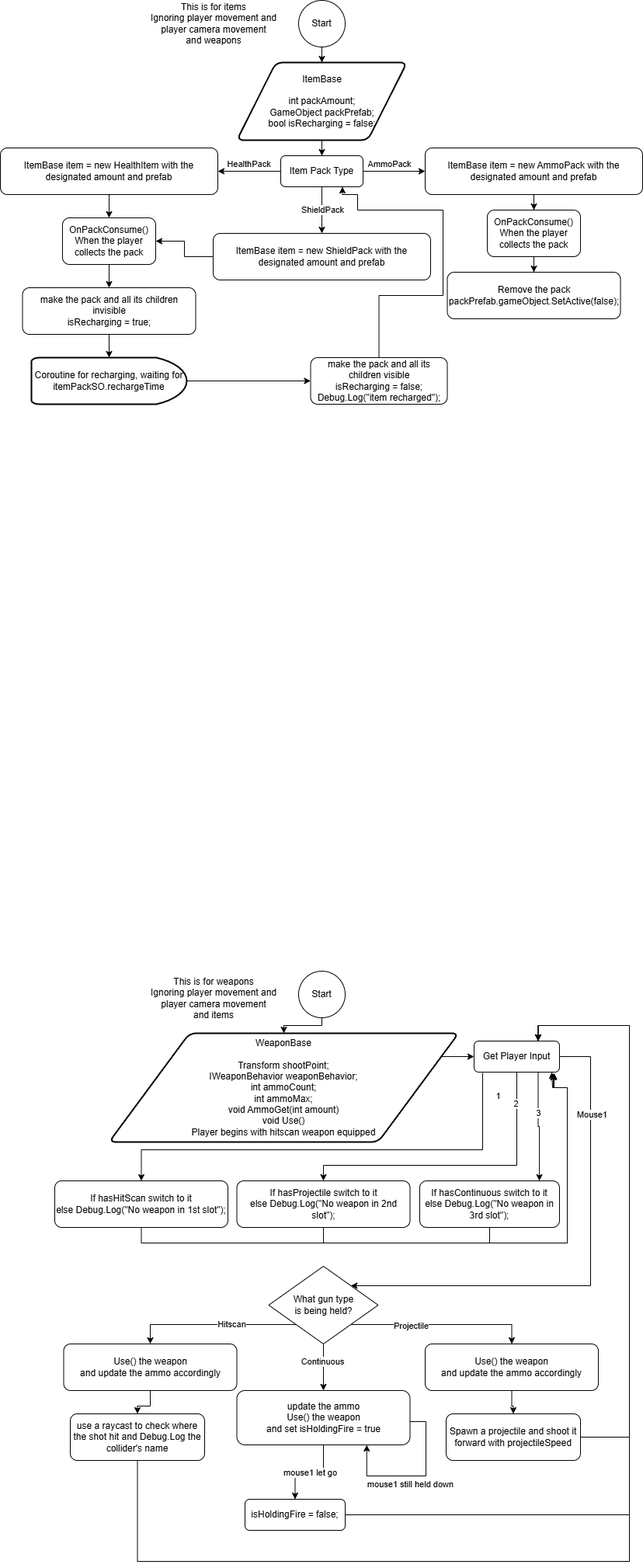
Above: Documentation/Deliverable #2/Deliverable #2 Flowchart.drawio.png in Alease21/GameFPS-Project (draw.io), before the change. Source tidied: cells renumbered, new cells last; positions are measured from the earlier drawing's top-left corner, leaving out a move shared by most shapes.
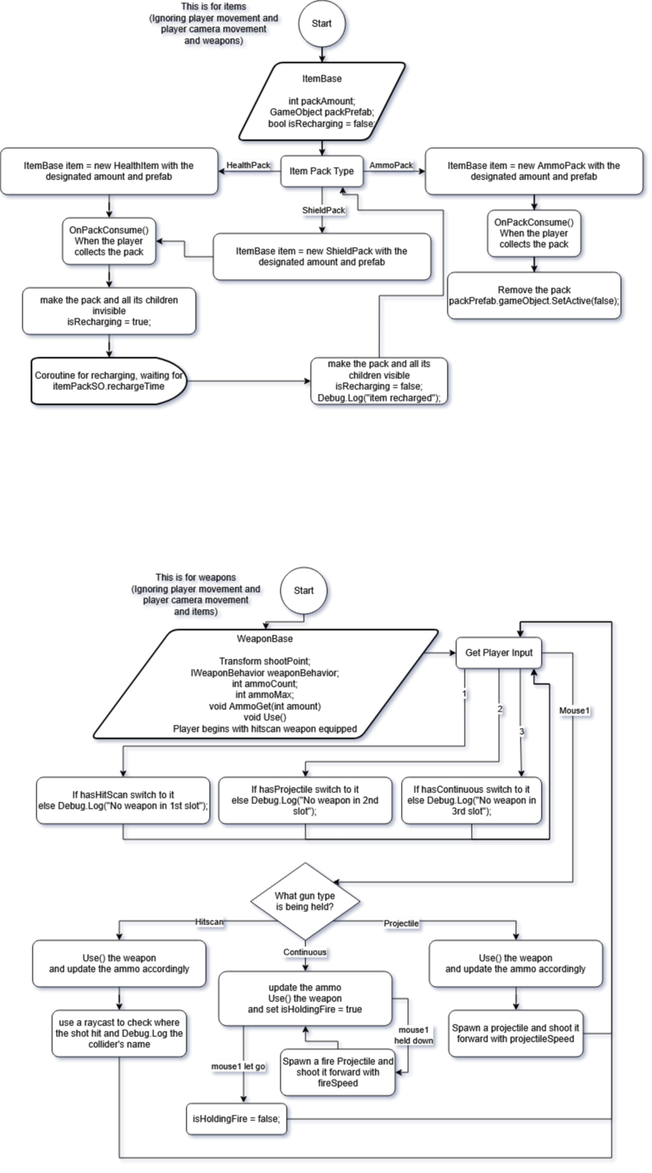
After the commit.

Diff of the diagram source:
```diff
@@ -8,7 +8,7 @@
     <mxCell id="3" value="Start" style="ellipse;whiteSpace=wrap;html=1;" parent="1" vertex="1">
       <mxGeometry x="384" width="60" height="60" as="geometry" />
     </mxCell>
-    <mxCell id="4" value="This is for items&lt;div&gt;Ignoring player movement and player camera movement&lt;/div&gt;&lt;div&gt;and weapons&lt;/div&gt;" style="text;html=1;align=center;verticalAlign=middle;whiteSpace=wrap;rounded=0;" parent="1" vertex="1">
+    <mxCell id="4" value="This is for items&lt;div&gt;(Ignoring player movement and player camera movement&lt;/div&gt;&lt;div&gt;and weapons)&lt;/div&gt;" style="text;html=1;align=center;verticalAlign=middle;whiteSpace=wrap;rounded=0;" parent="1" vertex="1">
       <mxGeometry x="180" y="15" width="190" height="30" as="geometry" />
     </mxCell>
     <mxCell id="5" style="edgeStyle=orthogonalEdgeStyle;rounded=0;jettySize=auto;html=1;entryX=0.5;entryY=0;entryDx=0;entryDy=0;" parent="1" edge="1" source="6" target="18">
@@ -17,30 +17,30 @@
     <mxCell id="6" value="ItemBase&lt;div&gt;&lt;br&gt;&lt;/div&gt;&lt;div&gt;int packAmount;&lt;/div&gt;&lt;div&gt;GameObject packPrefab;&lt;/div&gt;&lt;div&gt;bool isRecharging = false;&lt;/div&gt;" style="shape=parallelogram;html=1;strokeWidth=2;perimeter=parallelogramPerimeter;whiteSpace=wrap;rounded=1;arcSize=18;size=0.23;" parent="1" vertex="1">
       <mxGeometry x="304.5" y="80" width="219" height="100" as="geometry" />
     </mxCell>
-    <mxCell id="7" value="This is for weapons&lt;div&gt;Ignoring player movement and player camera movement&lt;/div&gt;&lt;div&gt;and items&lt;/div&gt;" style="text;html=1;align=center;verticalAlign=middle;whiteSpace=wrap;rounded=0;" parent="1" vertex="1">
-      <mxGeometry x="180" y="1270" width="190" height="30" as="geometry" />
+    <mxCell id="7" value="This is for weapons&lt;div&gt;(Ignoring player movement and player camera movement&lt;/div&gt;&lt;div&gt;and items)&lt;/div&gt;" style="text;html=1;align=center;verticalAlign=middle;whiteSpace=wrap;rounded=0;" parent="1" vertex="1">
+      <mxGeometry x="156.5" y="750" width="190" height="30" as="geometry" />
     </mxCell>
     <mxCell id="8" style="edgeStyle=orthogonalEdgeStyle;rounded=0;jettySize=auto;html=1;entryX=0;entryY=0.5;entryDx=0;entryDy=0;" parent="1" edge="1" source="9" target="44">
       <mxGeometry relative="1" as="geometry">
         <Array as="points">
-          <mxPoint x="586" y="1400" />
-          <mxPoint x="586" y="1360" />
+          <mxPoint x="562.5" y="880" />
+          <mxPoint x="562.5" y="840" />
         </Array>
       </mxGeometry>
     </mxCell>
     <mxCell id="9" value="WeaponBase&lt;div&gt;&lt;br&gt;&lt;/div&gt;&lt;div&gt;Transform shootPoint;&lt;/div&gt;&lt;div&gt;IWeaponBehavior weaponBehavior;&lt;/div&gt;&lt;div&gt;int ammoCount;&lt;/div&gt;&lt;div&gt;int ammoMax;&lt;/div&gt;&lt;div&gt;void AmmoGet(int amount)&lt;/div&gt;&lt;div&gt;void Use()&lt;/div&gt;&lt;div&gt;Player begins with hitscan weapon equipped&lt;/div&gt;" style="shape=parallelogram;html=1;strokeWidth=2;perimeter=parallelogramPerimeter;whiteSpace=wrap;rounded=1;arcSize=18;size=0.23;" parent="1" vertex="1">
-      <mxGeometry x="140" y="1330" width="450" height="140" as="geometry" />
+      <mxGeometry x="116.5" y="810" width="450" height="140" as="geometry" />
     </mxCell>
     <mxCell id="10" style="edgeStyle=orthogonalEdgeStyle;rounded=0;jettySize=auto;html=1;entryX=0.5;entryY=0;entryDx=0;entryDy=0;" parent="1" edge="1" source="11" target="9">
       <mxGeometry relative="1" as="geometry">
         <Array as="points">
-          <mxPoint x="414" y="1320" />
-          <mxPoint x="365" y="1320" />
+          <mxPoint x="390.5" y="800" />
+          <mxPoint x="341.5" y="800" />
         </Array>
       </mxGeometry>
     </mxCell>
     <mxCell id="11" value="Start" style="ellipse;whiteSpace=wrap;html=1;" parent="1" vertex="1">
-      <mxGeometry x="384" y="1250" width="60" height="60" as="geometry" />
+      <mxGeometry x="360.5" y="730" width="60" height="60" as="geometry" />
     </mxCell>
     <mxCell id="12" style="edgeStyle=orthogonalEdgeStyle;rounded=0;jettySize=auto;html=1;entryX=1;entryY=0.5;entryDx=0;entryDy=0;" parent="1" edge="1" source="18" target="20">
       <mxGeometry relative="1" as="geometry" />
@@ -136,45 +136,47 @@
     <mxCell id="36" style="edgeStyle=orthogonalEdgeStyle;rounded=0;jettySize=auto;html=1;exitX=0.1;exitY=1.025;exitDx=0;exitDy=0;exitPerimeter=0;entryX=0.5;entryY=0;entryDx=0;entryDy=0;" parent="1" edge="1" source="44" target="45">
       <mxGeometry relative="1" as="geometry">
         <Array as="points">
-          <mxPoint x="621" y="1480" />
-          <mxPoint x="182" y="1480" />
+          <mxPoint x="597.5" y="960" />
+          <mxPoint x="158.5" y="960" />
         </Array>
       </mxGeometry>
     </mxCell>
     <mxCell id="37" value="1" style="edgeLabel;html=1;align=center;verticalAlign=middle;" parent="36" vertex="1">
       <mxGeometry x="-0.04" relative="1" as="geometry">
-        <mxPoint x="199" y="-70" as="offset" />
+        <mxPoint x="179" y="-70" as="offset" />
       </mxGeometry>
     </mxCell>
     <mxCell id="38" style="edgeStyle=orthogonalEdgeStyle;rounded=0;jettySize=auto;html=1;entryX=0.5;entryY=0;entryDx=0;entryDy=0;" parent="1" edge="1" source="44" target="46">
       <mxGeometry relative="1" as="geometry">
         <Array as="points">
-          <mxPoint x="665" y="1500" />
-          <mxPoint x="416" y="1500" />
+          <mxPoint x="641.5" y="980" />
+          <mxPoint x="392.5" y="980" />
         </Array>
       </mxGeometry>
     </mxCell>
     <mxCell id="39" value="2" style="edgeLabel;html=1;align=center;verticalAlign=middle;" parent="38" vertex="1">
       <mxGeometry x="-0.07" y="-3" relative="1" as="geometry">
-        <mxPoint x="58" y="-77" as="offset" />
+        <mxPoint x="60" y="-67" as="offset" />
       </mxGeometry>
     </mxCell>
     <mxCell id="40" style="edgeStyle=orthogonalEdgeStyle;rounded=0;jettySize=auto;html=1;exitX=0.75;exitY=1;exitDx=0;exitDy=0;entryX=0.856;entryY=0;entryDx=0;entryDy=0;entryPerimeter=0;" parent="1" edge="1" source="44" target="48">
       <mxGeometry relative="1" as="geometry">
         <Array as="points">
-          <mxPoint x="693" y="1450" />
-          <mxPoint x="694" y="1450" />
+          <mxPoint x="669.5" y="930" />
+          <mxPoint x="670.5" y="930" />
         </Array>
       </mxGeometry>
     </mxCell>
     <mxCell id="41" value="3" style="edgeLabel;html=1;align=center;verticalAlign=middle;" parent="40" vertex="1">
-      <mxGeometry x="-0.27" relative="1" as="geometry" />
+      <mxGeometry x="-0.27" relative="1" as="geometry">
+        <mxPoint y="29" as="offset" />
+      </mxGeometry>
     </mxCell>
     <mxCell id="42" style="edgeStyle=orthogonalEdgeStyle;rounded=0;jettySize=auto;html=1;entryX=1;entryY=0;entryDx=0;entryDy=0;" parent="1" edge="1" source="44" target="57">
       <mxGeometry relative="1" as="geometry">
         <Array as="points">
-          <mxPoint x="760" y="1360" />
-          <mxPoint x="760" y="1655" />
+          <mxPoint x="736.5" y="840" />
+          <mxPoint x="736.5" y="1135" />
         </Array>
       </mxGeometry>
     </mxCell>
@@ -184,45 +186,46 @@
       </mxGeometry>
     </mxCell>
     <mxCell id="44" value="Get Player Input" style="rounded=1;whiteSpace=wrap;html=1;" parent="1" vertex="1">
-      <mxGeometry x="610" y="1340" width="110" height="40" as="geometry" />
+      <mxGeometry x="586.5" y="820" width="110" height="40" as="geometry" />
     </mxCell>
     <mxCell id="45" value="&lt;div&gt;If hasHitScan switch to it&lt;/div&gt;&lt;div&gt;else Debug.Log(&quot;No weapon in 1st slot&quot;);&lt;/div&gt;" style="whiteSpace=wrap;html=1;rounded=1;" parent="1" vertex="1">
-      <mxGeometry x="70" y="1520" width="223" height="60" as="geometry" />
+      <mxGeometry x="46.5" y="1000" width="223" height="60" as="geometry" />
     </mxCell>
     <mxCell id="46" value="&lt;div&gt;If hasProjectile switch to it&lt;/div&gt;&lt;div&gt;else Debug.Log(&quot;No weapon in 2nd slot&quot;);&lt;/div&gt;" style="whiteSpace=wrap;html=1;rounded=1;" parent="1" vertex="1">
-      <mxGeometry x="304.5" y="1520" width="223" height="60" as="geometry" />
+      <mxGeometry x="281" y="1000" width="223" height="60" as="geometry" />
     </mxCell>
-    <mxCell id="47" style="edgeStyle=orthogonalEdgeStyle;rounded=0;jettySize=auto;html=1;exitX=0.5;exitY=1;exitDx=0;exitDy=0;" parent="1" edge="1" source="48">
+    <mxCell id="47" style="edgeStyle=orthogonalEdgeStyle;rounded=0;jettySize=auto;html=1;exitX=0.5;exitY=1;exitDx=0;exitDy=0;entryX=0.909;entryY=1.003;entryDx=0;entryDy=0;entryPerimeter=0;" parent="1" edge="1" source="48" target="44">
       <mxGeometry relative="1" as="geometry">
-        <mxPoint x="710" y="1380" as="targetPoint" />
         <Array as="points">
-          <mxPoint x="630" y="1600" />
-          <mxPoint x="730" y="1600" />
-          <mxPoint x="730" y="1400" />
-          <mxPoint x="711" y="1400" />
+          <mxPoint x="606.5" y="1080" />
+          <mxPoint x="706.5" y="1080" />
+          <mxPoint x="706.5" y="880" />
+          <mxPoint x="686.5" y="880" />
         </Array>
       </mxGeometry>
     </mxCell>
     <mxCell id="48" value="&lt;div&gt;If hasContinuous switch to it&lt;/div&gt;&lt;div&gt;else Debug.Log(&quot;No weapon in 3rd slot&quot;);&lt;/div&gt;" style="whiteSpace=wrap;html=1;rounded=1;" parent="1" vertex="1">
-      <mxGeometry x="540" y="1520" width="180" height="60" as="geometry" />
+      <mxGeometry x="516.5" y="1000" width="180" height="60" as="geometry" />
     </mxCell>
-    <mxCell id="49" style="edgeStyle=orthogonalEdgeStyle;rounded=0;jettySize=auto;html=1;entryX=0.927;entryY=1.05;entryDx=0;entryDy=0;entryPerimeter=0;exitX=0.5;exitY=1;exitDx=0;exitDy=0;" parent="1" edge="1" source="45" target="44">
+    <mxCell id="49" style="edgeStyle=orthogonalEdgeStyle;rounded=0;jettySize=auto;html=1;entryX=0.908;entryY=1.006;entryDx=0;entryDy=0;entryPerimeter=0;exitX=0.5;exitY=1;exitDx=0;exitDy=0;" parent="1" edge="1" source="45" target="44">
       <mxGeometry relative="1" as="geometry">
         <Array as="points">
-          <mxPoint x="182" y="1600" />
-          <mxPoint x="730" y="1600" />
-          <mxPoint x="730" y="1400" />
-          <mxPoint x="712" y="1400" />
+          <mxPoint x="158.5" y="1080" />
+          <mxPoint x="706.5" y="1080" />
+          <mxPoint x="706.5" y="880" />
+          <mxPoint x="686.5" y="880" />
+          <mxPoint x="686.5" y="860" />
         </Array>
       </mxGeometry>
     </mxCell>
-    <mxCell id="50" style="edgeStyle=orthogonalEdgeStyle;rounded=0;jettySize=auto;html=1;entryX=0.936;entryY=1.025;entryDx=0;entryDy=0;entryPerimeter=0;exitX=0.5;exitY=1;exitDx=0;exitDy=0;" parent="1" edge="1" source="46" target="44">
+    <mxCell id="50" style="edgeStyle=orthogonalEdgeStyle;rounded=0;jettySize=auto;html=1;exitX=0.5;exitY=1;exitDx=0;exitDy=0;entryX=0.918;entryY=1.006;entryDx=0;entryDy=0;entryPerimeter=0;" parent="1" edge="1" source="46" target="44">
       <mxGeometry relative="1" as="geometry">
         <Array as="points">
-          <mxPoint x="416" y="1600" />
-          <mxPoint x="730" y="1600" />
-          <mxPoint x="730" y="1400" />
-          <mxPoint x="713" y="1400" />
+          <mxPoint x="392.5" y="1080" />
+          <mxPoint x="706.5" y="1080" />
+          <mxPoint x="706.5" y="880" />
+          <mxPoint x="686.5" y="880" />
+          <mxPoint x="686.5" y="860" />
         </Array>
       </mxGeometry>
     </mxCell>
@@ -245,81 +248,96 @@
       <mxGeometry x="-0.22" y="-1" relative="1" as="geometry" />
     </mxCell>
     <mxCell id="57" value="What gun type&lt;div&gt;is being held?&lt;/div&gt;" style="rhombus;whiteSpace=wrap;html=1;" parent="1" vertex="1">
-      <mxGeometry x="345.5" y="1630" width="141" height="100" as="geometry" />
+      <mxGeometry x="322" y="1110" width="141" height="100" as="geometry" />
     </mxCell>
     <mxCell id="58" style="edgeStyle=orthogonalEdgeStyle;rounded=0;jettySize=auto;html=1;entryX=0.5;entryY=0;entryDx=0;entryDy=0;" parent="1" edge="1" source="59" target="72">
       <mxGeometry relative="1" as="geometry" />
     </mxCell>
     <mxCell id="59" value="&lt;div&gt;Use() the weapon&lt;/div&gt;&lt;div&gt;and update the ammo accordingly&lt;/div&gt;" style="whiteSpace=wrap;html=1;rounded=1;" parent="1" vertex="1">
-      <mxGeometry x="81.5" y="1730" width="223" height="60" as="geometry" />
+      <mxGeometry x="41.5" y="1210" width="223" height="60" as="geometry" />
     </mxCell>
     <mxCell id="60" style="edgeStyle=orthogonalEdgeStyle;rounded=0;jettySize=auto;html=1;entryX=0.5;entryY=0;entryDx=0;entryDy=0;" parent="1" edge="1" source="61" target="70">
       <mxGeometry relative="1" as="geometry" />
     </mxCell>
     <mxCell id="61" value="&lt;div&gt;Use() the weapon&lt;/div&gt;&lt;div&gt;and update the ammo accordingly&lt;/div&gt;" style="whiteSpace=wrap;html=1;rounded=1;" parent="1" vertex="1">
-      <mxGeometry x="547" y="1730" width="223" height="60" as="geometry" />
+      <mxGeometry x="552" y="1210" width="223" height="60" as="geometry" />
     </mxCell>
-    <mxCell id="62" style="edgeStyle=orthogonalEdgeStyle;rounded=0;orthogonalLoop=1;jettySize=auto;html=1;entryX=0.75;entryY=1;entryDx=0;entryDy=0;" parent="1" edge="1" source="66" target="66">
+    <mxCell id="62" style="edgeStyle=orthogonalEdgeStyle;rounded=0;jettySize=auto;html=1;entryX=1;entryY=0.5;entryDx=0;entryDy=0;exitX=1;exitY=0.5;exitDx=0;exitDy=0;" parent="1" edge="1" source="66" target="74">
       <mxGeometry relative="1" as="geometry">
         <Array as="points">
-          <mxPoint x="548" y="1830" />
-          <mxPoint x="548" y="1900" />
-          <mxPoint x="472" y="1900" />
+          <mxPoint x="524.5" y="1285" />
+          <mxPoint x="524.5" y="1380" />
         </Array>
       </mxGeometry>
     </mxCell>
-    <mxCell id="63" value="mouse1 still held down" style="edgeLabel;html=1;align=center;verticalAlign=middle;" parent="62" vertex="1">
+    <mxCell id="63" value="&lt;div&gt;mouse1 &lt;br&gt;&lt;/div&gt;&lt;div&gt;held down&lt;/div&gt;" style="edgeLabel;html=1;align=center;verticalAlign=middle;" parent="62" vertex="1">
       <mxGeometry x="0.3" relative="1" as="geometry">
-        <mxPoint x="23" y="10" as="offset" />
+        <mxPoint x="6" y="-21" as="offset" />
       </mxGeometry>
     </mxCell>
-    <mxCell id="64" style="edgeStyle=orthogonalEdgeStyle;rounded=0;jettySize=auto;html=1;entryX=0.5;entryY=0;entryDx=0;entryDy=0;" parent="1" edge="1" source="66" target="68">
-      <mxGeometry relative="1" as="geometry" />
+    <mxCell id="64" style="edgeStyle=orthogonalEdgeStyle;rounded=0;jettySize=auto;html=1;entryX=0.569;entryY=-0.022;entryDx=0;entryDy=0;exitX=0.143;exitY=0.987;exitDx=0;exitDy=0;exitPerimeter=0;entryPerimeter=0;" parent="1" edge="1" source="66" target="68">
+      <mxGeometry relative="1" as="geometry">
+        <Array as="points">
+          <mxPoint x="312.5" y="1400" />
+          <mxPoint x="312.5" y="1419" />
+        </Array>
+      </mxGeometry>
     </mxCell>
     <mxCell id="65" value="mouse1 let go" style="edgeLabel;html=1;align=center;verticalAlign=middle;" parent="64" vertex="1">
       <mxGeometry x="0.2" relative="1" as="geometry">
-        <mxPoint x="11" as="offset" />
+        <mxPoint x="-9" y="-9" as="offset" />
       </mxGeometry>
     </mxCell>
     <mxCell id="66" value="&lt;div&gt;update the ammo&lt;/div&gt;&lt;div&gt;Use() the weapon&lt;/div&gt;&lt;div&gt;and set isHoldingFire = true&lt;/div&gt;" style="whiteSpace=wrap;html=1;rounded=1;" parent="1" vertex="1">
-      <mxGeometry x="304.5" y="1790" width="223" height="70" as="geometry" />
+      <mxGeometry x="281" y="1250" width="223" height="70" as="geometry" />
     </mxCell>
-    <mxCell id="67" style="edgeStyle=orthogonalEdgeStyle;rounded=0;jettySize=auto;html=1;entryX=0.75;entryY=0;entryDx=0;entryDy=0;" parent="1" edge="1" source="68" target="44">
+    <mxCell id="67" style="edgeStyle=orthogonalEdgeStyle;rounded=0;jettySize=auto;html=1;entryX=0.75;entryY=0;entryDx=0;entryDy=0;exitX=1;exitY=0.5;exitDx=0;exitDy=0;" parent="1" edge="1" source="68" target="44">
       <mxGeometry relative="1" as="geometry">
         <Array as="points">
-          <mxPoint x="810" y="1950" />
-          <mxPoint x="810" y="1320" />
-          <mxPoint x="693" y="1320" />
+          <mxPoint x="786.5" y="1440" />
+          <mxPoint x="786.5" y="800" />
+          <mxPoint x="668.5" y="800" />
         </Array>
       </mxGeometry>
     </mxCell>
     <mxCell id="68" value="isHoldingFire = false;" style="whiteSpace=wrap;html=1;rounded=1;" parent="1" vertex="1">
-      <mxGeometry x="315" y="1930" width="129" height="40" as="geometry" />
+      <mxGeometry x="239.5" y="1420" width="129" height="40" as="geometry" />
     </mxCell>
     <mxCell id="69" style="edgeStyle=orthogonalEdgeStyle;rounded=0;jettySize=auto;html=1;entryX=0.75;entryY=0;entryDx=0;entryDy=0;" parent="1" edge="1" source="70" target="44">
       <mxGeometry relative="1" as="geometry">
         <Array as="points">
-          <mxPoint x="810" y="1850" />
-          <mxPoint x="810" y="1320" />
-          <mxPoint x="693" y="1320" />
+          <mxPoint x="786.5" y="1330" />
+          <mxPoint x="786.5" y="800" />
+          <mxPoint x="669.5" y="800" />
         </Array>
       </mxGeometry>
     </mxCell>
     <mxCell id="70" value="Spawn a projectile and shoot it forward with projectileSpeed" style="whiteSpace=wrap;html=1;rounded=1;" parent="1" vertex="1">
-      <mxGeometry x="574" y="1820" width="173" height="60" as="geometry" />
+      <mxGeometry x="577" y="1300" width="173" height="60" as="geometry" />
     </mxCell>
     <mxCell id="71" style="edgeStyle=orthogonalEdgeStyle;rounded=0;jettySize=auto;html=1;entryX=0.75;entryY=0;entryDx=0;entryDy=0;exitX=0.5;exitY=1;exitDx=0;exitDy=0;" parent="1" edge="1" source="72" target="44">
       <mxGeometry relative="1" as="geometry">
         <Array as="points">
-          <mxPoint x="177" y="2010" />
-          <mxPoint x="810" y="2010" />
-          <mxPoint x="810" y="1320" />
-          <mxPoint x="693" y="1320" />
+          <mxPoint x="153.5" y="1490" />
+          <mxPoint x="786.5" y="1490" />
+          <mxPoint x="786.5" y="800" />
+          <mxPoint x="669.5" y="800" />
         </Array>
       </mxGeometry>
     </mxCell>
     <mxCell id="72" value="use a raycast to check where the shot hit and Debug.Log the collider's name" style="whiteSpace=wrap;html=1;rounded=1;" parent="1" vertex="1">
-      <mxGeometry x="90" y="1820" width="173" height="60" as="geometry" />
+      <mxGeometry x="66.5" y="1300" width="173" height="60" as="geometry" />
     </mxCell>
+    <mxCell id="73" style="edgeStyle=orthogonalEdgeStyle;rounded=0;jettySize=auto;html=1;" parent="1" edge="1" source="74" target="66">
+      <mxGeometry relative="1" as="geometry">
+        <Array as="points">
+          <mxPoint x="434.5" y="1340" />
+          <mxPoint x="392.5" y="1340" />
+        </Array>
+      </mxGeometry>
+    </mxCell>
+    <mxCell id="74" value="Spawn a fire Projectile and shoot it forward with fireSpeed" style="rounded=1;whiteSpace=wrap;html=1;" parent="1" vertex="1">
+      <mxGeometry x="360.5" y="1350" width="147.5" height="60" as="geometry" />
+    </mxCell>
   </root>
 </mxGraphModel>
```
